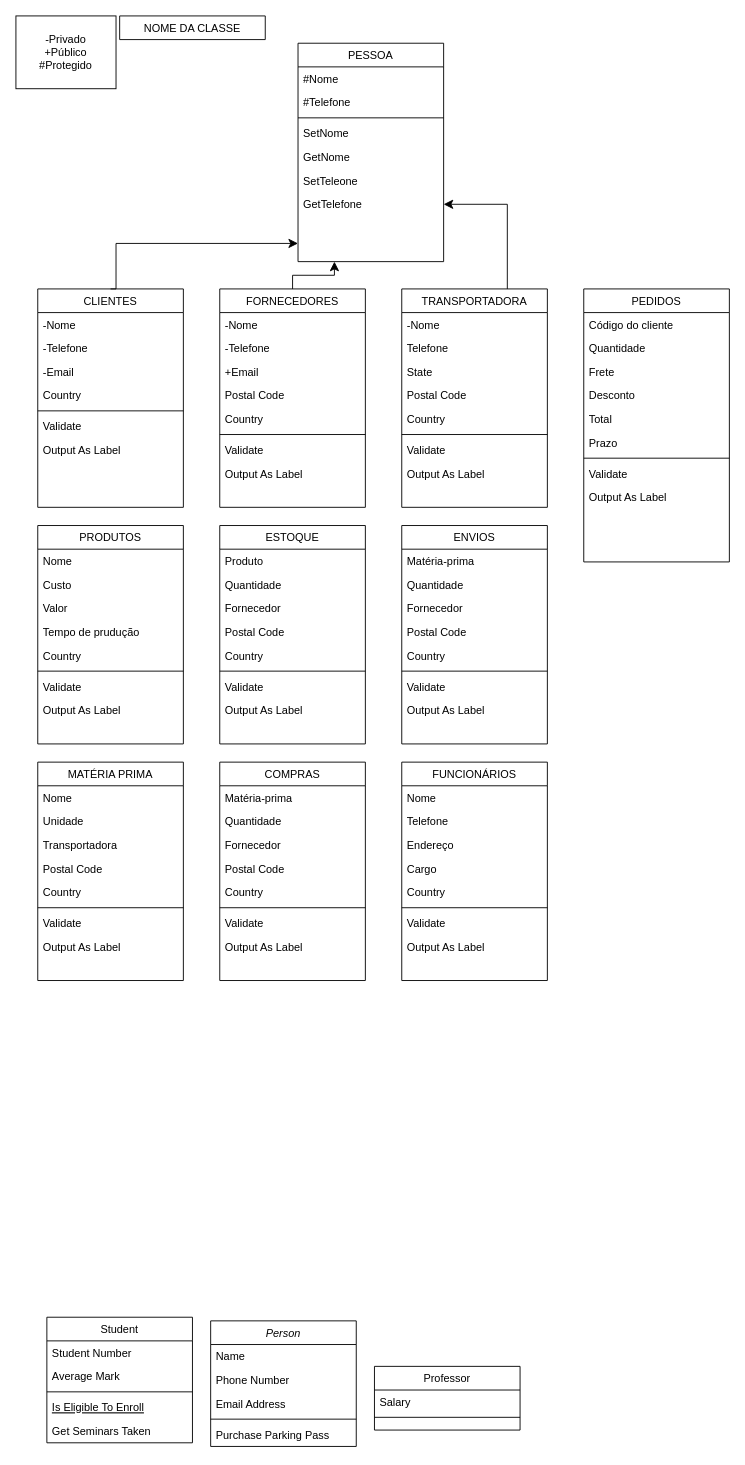
Above: doc/classe.drawio in D3ise/fluxograma (draw.io), before the change. Source tidied: cells renumbered, new cells numbered last; positions are measured from the earlier drawing's top-left corner, leaving out a move shared by most shapes. Both pictures are drawn from the tidied source at 91%, with x=0, y=0 at pixel (15, 15).
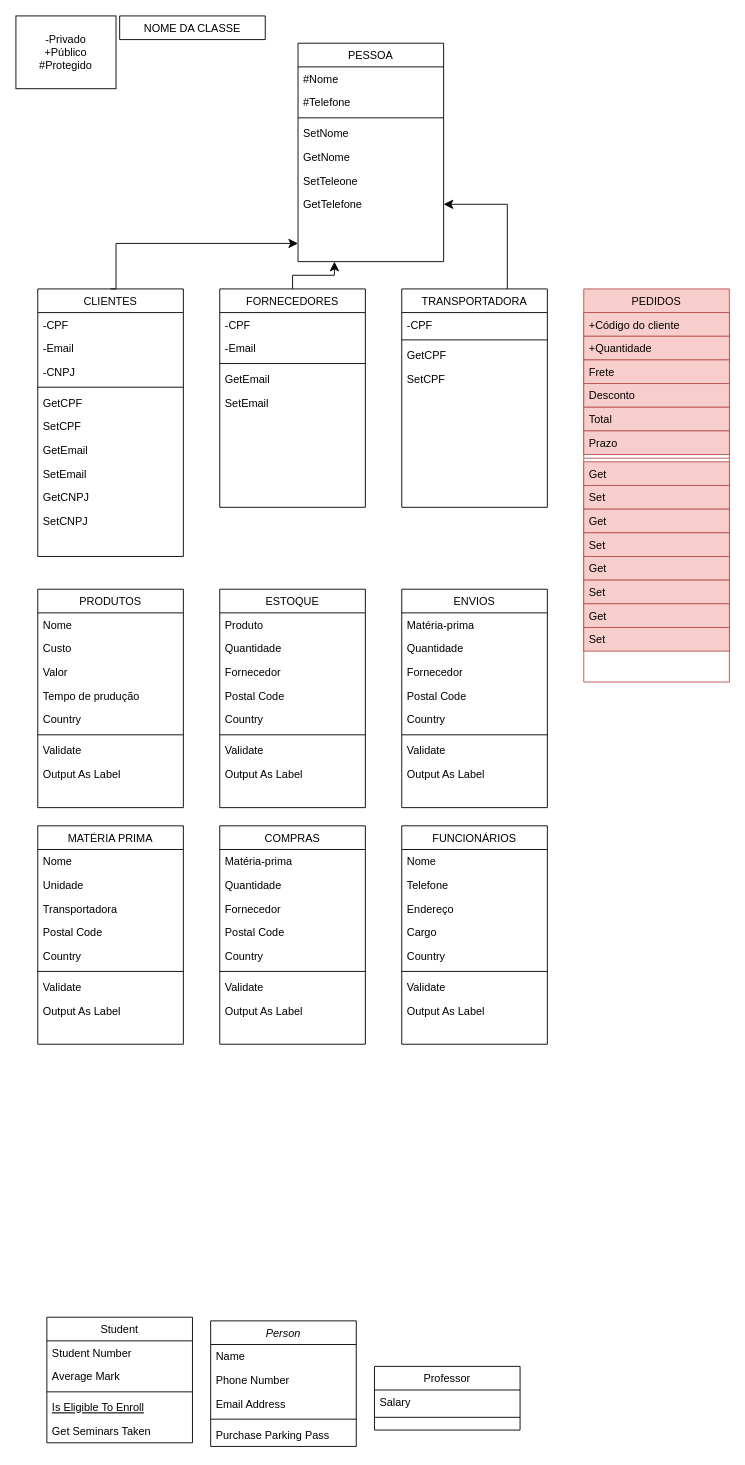
The same diagram, later.

Unchanged cells that the change refers to:
```xml
<mxCell id="25" value="FORNECEDORES" style="swimlane;fontStyle=0;align=center;verticalAlign=top;horizontal=1;startSize=26;rounded=0;shadow=0;strokeWidth=1;" parent="1" vertex="1">
  <mxGeometry x="224" y="300" width="160" height="240" as="geometry" />
</mxCell>
<mxCell id="34" value="TRANSPORTADORA" style="swimlane;fontStyle=0;align=center;verticalAlign=top;horizontal=1;startSize=26;rounded=0;shadow=0;strokeWidth=1;" parent="1" vertex="1">
  <mxGeometry x="424" y="300" width="160" height="240" as="geometry" />
</mxCell>
```

Diff of the diagram source:
```diff
@@
     <mxCell id="17" value="CLIENTES" style="swimlane;fontStyle=0;align=center;verticalAlign=top;horizontal=1;startSize=26;rounded=0;shadow=0;strokeWidth=1;" parent="1" vertex="1">
-      <mxGeometry x="24" y="300" width="160" height="240" as="geometry" />
+      <mxGeometry x="24" y="300" width="160" height="294" as="geometry" />
     </mxCell>
-    <mxCell id="18" value="-Nome" style="text;align=left;verticalAlign=top;spacingLeft=4;spacingRight=4;overflow=hidden;" parent="17" vertex="1">
+    <mxCell id="18" value="-CPF" style="text;align=left;verticalAlign=top;spacingLeft=4;spacingRight=4;overflow=hidden;" parent="17" vertex="1">
       <mxGeometry y="26" width="160" height="26" as="geometry" />
     </mxCell>
-    <mxCell id="19" value="-Telefone" style="text;align=left;verticalAlign=top;spacingLeft=4;spacingRight=4;overflow=hidden;rounded=0;shadow=0;html=0;" parent="17" vertex="1">
-      <mxGeometry y="52" width="160" height="26" as="geometry" />
-    </mxCell>
     <mxCell id="20" value="-Email" style="text;align=left;verticalAlign=top;spacingLeft=4;spacingRight=4;overflow=hidden;rounded=0;shadow=0;html=0;" parent="17" vertex="1">
-      <mxGeometry y="78" width="160" height="26" as="geometry" />
+      <mxGeometry y="52" width="160" height="26" as="geometry" />
     </mxCell>
-    <mxCell id="21" value="Country" style="text;align=left;verticalAlign=top;spacingLeft=4;spacingRight=4;overflow=hidden;rounded=0;shadow=0;html=0;" parent="17" vertex="1">
-      <mxGeometry y="104" width="160" height="26" as="geometry" />
-    </mxCell>
+    <mxCell id="120" value="-CNPJ" style="text;align=left;verticalAlign=top;spacingLeft=4;spacingRight=4;overflow=hidden;" parent="17" vertex="1">
+      <mxGeometry y="78" width="160" height="26" as="geometry" />
+    </mxCell>
     <mxCell id="22" style="line;html=1;strokeWidth=1;align=left;verticalAlign=middle;spacingTop=-1;spacingLeft=3;spacingRight=3;labelPosition=right;" parent="17" vertex="1">
-      <mxGeometry y="130" width="160" height="8" as="geometry" />
+      <mxGeometry y="104" width="160" height="8" as="geometry" />
     </mxCell>
-    <mxCell id="23" value="Validate" style="text;align=left;verticalAlign=top;spacingLeft=4;spacingRight=4;overflow=hidden;" parent="17" vertex="1">
-      <mxGeometry y="138" width="160" height="26" as="geometry" />
+    <mxCell id="23" value="GetCPF" style="text;align=left;verticalAlign=top;spacingLeft=4;spacingRight=4;overflow=hidden;" parent="17" vertex="1">
+      <mxGeometry y="112" width="160" height="26" as="geometry" />
     </mxCell>
-    <mxCell id="24" value="Output As Label" style="text;align=left;verticalAlign=top;spacingLeft=4;spacingRight=4;overflow=hidden;" parent="17" vertex="1">
-      <mxGeometry y="164" width="160" height="26" as="geometry" />
-    </mxCell>
+    <mxCell id="121" value="SetCPF" style="text;align=left;verticalAlign=top;spacingLeft=4;spacingRight=4;overflow=hidden;" parent="17" vertex="1">
+      <mxGeometry y="138" width="160" height="26" as="geometry" />
+    </mxCell>
+    <mxCell id="122" value="GetEmail" style="text;align=left;verticalAlign=top;spacingLeft=4;spacingRight=4;overflow=hidden;" parent="17" vertex="1">
+      <mxGeometry y="164" width="160" height="26" as="geometry" />
+    </mxCell>
+    <mxCell id="123" value="SetEmail" style="text;align=left;verticalAlign=top;spacingLeft=4;spacingRight=4;overflow=hidden;" parent="17" vertex="1">
+      <mxGeometry y="190" width="160" height="26" as="geometry" />
+    </mxCell>
+    <mxCell id="124" value="GetCNPJ" style="text;align=left;verticalAlign=top;spacingLeft=4;spacingRight=4;overflow=hidden;" parent="17" vertex="1">
+      <mxGeometry y="216" width="160" height="26" as="geometry" />
+    </mxCell>
+    <mxCell id="125" value="SetCNPJ" style="text;align=left;verticalAlign=top;spacingLeft=4;spacingRight=4;overflow=hidden;" parent="17" vertex="1">
+      <mxGeometry y="242" width="160" height="26" as="geometry" />
+    </mxCell>
@@
-    <mxCell id="26" value="-Nome" style="text;align=left;verticalAlign=top;spacingLeft=4;spacingRight=4;overflow=hidden;" parent="25" vertex="1">
+    <mxCell id="26" value="-CPF" style="text;align=left;verticalAlign=top;spacingLeft=4;spacingRight=4;overflow=hidden;" parent="25" vertex="1">
       <mxGeometry y="26" width="160" height="26" as="geometry" />
     </mxCell>
-    <mxCell id="27" value="-Telefone" style="text;align=left;verticalAlign=top;spacingLeft=4;spacingRight=4;overflow=hidden;rounded=0;shadow=0;html=0;" parent="25" vertex="1">
-      <mxGeometry y="52" width="160" height="26" as="geometry" />
-    </mxCell>
-    <mxCell id="28" value="+Email" style="text;align=left;verticalAlign=top;spacingLeft=4;spacingRight=4;overflow=hidden;rounded=0;shadow=0;html=0;" parent="25" vertex="1">
-      <mxGeometry y="78" width="160" height="26" as="geometry" />
+    <mxCell id="28" value="-Email" style="text;align=left;verticalAlign=top;spacingLeft=4;spacingRight=4;overflow=hidden;rounded=0;shadow=0;html=0;" parent="25" vertex="1">
+      <mxGeometry y="52" width="160" height="26" as="geometry" />
     </mxCell>
-    <mxCell id="29" value="Postal Code" style="text;align=left;verticalAlign=top;spacingLeft=4;spacingRight=4;overflow=hidden;rounded=0;shadow=0;html=0;" parent="25" vertex="1">
-      <mxGeometry y="104" width="160" height="26" as="geometry" />
-    </mxCell>
-    <mxCell id="30" value="Country" style="text;align=left;verticalAlign=top;spacingLeft=4;spacingRight=4;overflow=hidden;rounded=0;shadow=0;html=0;" parent="25" vertex="1">
-      <mxGeometry y="130" width="160" height="26" as="geometry" />
-    </mxCell>
     <mxCell id="31" style="line;html=1;strokeWidth=1;align=left;verticalAlign=middle;spacingTop=-1;spacingLeft=3;spacingRight=3;labelPosition=right;" parent="25" vertex="1">
-      <mxGeometry y="156" width="160" height="8" as="geometry" />
+      <mxGeometry y="78" width="160" height="8" as="geometry" />
     </mxCell>
-    <mxCell id="32" value="Validate" style="text;align=left;verticalAlign=top;spacingLeft=4;spacingRight=4;overflow=hidden;" parent="25" vertex="1">
-      <mxGeometry y="164" width="160" height="26" as="geometry" />
-    </mxCell>
-    <mxCell id="33" value="Output As Label" style="text;align=left;verticalAlign=top;spacingLeft=4;spacingRight=4;overflow=hidden;" parent="25" vertex="1">
-      <mxGeometry y="190" width="160" height="26" as="geometry" />
-    </mxCell>
+    <mxCell id="126" value="GetEmail" style="text;align=left;verticalAlign=top;spacingLeft=4;spacingRight=4;overflow=hidden;" parent="25" vertex="1">
+      <mxGeometry y="86" width="160" height="26" as="geometry" />
+    </mxCell>
+    <mxCell id="127" value="SetEmail" style="text;align=left;verticalAlign=top;spacingLeft=4;spacingRight=4;overflow=hidden;" parent="25" vertex="1">
+      <mxGeometry y="112" width="160" height="26" as="geometry" />
+    </mxCell>
@@
-    <mxCell id="35" value="-Nome" style="text;align=left;verticalAlign=top;spacingLeft=4;spacingRight=4;overflow=hidden;" parent="34" vertex="1">
+    <mxCell id="35" value="-CPF" style="text;align=left;verticalAlign=top;spacingLeft=4;spacingRight=4;overflow=hidden;" parent="34" vertex="1">
       <mxGeometry y="26" width="160" height="26" as="geometry" />
     </mxCell>
-    <mxCell id="36" value="Telefone" style="text;align=left;verticalAlign=top;spacingLeft=4;spacingRight=4;overflow=hidden;rounded=0;shadow=0;html=0;" parent="34" vertex="1">
-      <mxGeometry y="52" width="160" height="26" as="geometry" />
-    </mxCell>
-    <mxCell id="37" value="State" style="text;align=left;verticalAlign=top;spacingLeft=4;spacingRight=4;overflow=hidden;rounded=0;shadow=0;html=0;" parent="34" vertex="1">
-      <mxGeometry y="78" width="160" height="26" as="geometry" />
-    </mxCell>
-    <mxCell id="38" value="Postal Code" style="text;align=left;verticalAlign=top;spacingLeft=4;spacingRight=4;overflow=hidden;rounded=0;shadow=0;html=0;" parent="34" vertex="1">
-      <mxGeometry y="104" width="160" height="26" as="geometry" />
-    </mxCell>
-    <mxCell id="39" value="Country" style="text;align=left;verticalAlign=top;spacingLeft=4;spacingRight=4;overflow=hidden;rounded=0;shadow=0;html=0;" parent="34" vertex="1">
-      <mxGeometry y="130" width="160" height="26" as="geometry" />
-    </mxCell>
     <mxCell id="40" style="line;html=1;strokeWidth=1;align=left;verticalAlign=middle;spacingTop=-1;spacingLeft=3;spacingRight=3;labelPosition=right;" parent="34" vertex="1">
-      <mxGeometry y="156" width="160" height="8" as="geometry" />
+      <mxGeometry y="52" width="160" height="8" as="geometry" />
     </mxCell>
-    <mxCell id="41" value="Validate" style="text;align=left;verticalAlign=top;spacingLeft=4;spacingRight=4;overflow=hidden;" parent="34" vertex="1">
-      <mxGeometry y="164" width="160" height="26" as="geometry" />
-    </mxCell>
-    <mxCell id="42" value="Output As Label" style="text;align=left;verticalAlign=top;spacingLeft=4;spacingRight=4;overflow=hidden;" parent="34" vertex="1">
-      <mxGeometry y="190" width="160" height="26" as="geometry" />
-    </mxCell>
+    <mxCell id="128" value="GetCPF" style="text;align=left;verticalAlign=top;spacingLeft=4;spacingRight=4;overflow=hidden;" parent="34" vertex="1">
+      <mxGeometry y="60" width="160" height="26" as="geometry" />
+    </mxCell>
+    <mxCell id="129" value="SetCPF" style="text;align=left;verticalAlign=top;spacingLeft=4;spacingRight=4;overflow=hidden;" parent="34" vertex="1">
+      <mxGeometry y="86" width="160" height="26" as="geometry" />
+    </mxCell>
-    <mxCell id="43" value="PEDIDOS" style="swimlane;fontStyle=0;align=center;verticalAlign=top;horizontal=1;startSize=26;rounded=0;shadow=0;strokeWidth=1;" parent="1" vertex="1">
-      <mxGeometry x="624" y="300" width="160" height="300" as="geometry" />
+    <mxCell id="43" value="PEDIDOS" style="swimlane;fontStyle=0;align=center;verticalAlign=top;horizontal=1;startSize=26;rounded=0;shadow=0;strokeWidth=1;fillColor=#f8cecc;strokeColor=#b85450;" parent="1" vertex="1">
+      <mxGeometry x="624" y="300" width="160" height="432" as="geometry" />
     </mxCell>
-    <mxCell id="44" value="Código do cliente" style="text;align=left;verticalAlign=top;spacingLeft=4;spacingRight=4;overflow=hidden;" parent="43" vertex="1">
+    <mxCell id="44" value="+Código do cliente" style="text;align=left;verticalAlign=top;spacingLeft=4;spacingRight=4;overflow=hidden;fillColor=#f8cecc;strokeColor=#b85450;" parent="43" vertex="1">
       <mxGeometry y="26" width="160" height="26" as="geometry" />
     </mxCell>
-    <mxCell id="45" value="Quantidade" style="text;align=left;verticalAlign=top;spacingLeft=4;spacingRight=4;overflow=hidden;rounded=0;shadow=0;html=0;" parent="43" vertex="1">
+    <mxCell id="45" value="+Quantidade" style="text;align=left;verticalAlign=top;spacingLeft=4;spacingRight=4;overflow=hidden;rounded=0;shadow=0;html=0;fillColor=#f8cecc;strokeColor=#b85450;" parent="43" vertex="1">
       <mxGeometry y="52" width="160" height="26" as="geometry" />
     </mxCell>
-    <mxCell id="46" value="Frete" style="text;align=left;verticalAlign=top;spacingLeft=4;spacingRight=4;overflow=hidden;rounded=0;shadow=0;html=0;" parent="43" vertex="1">
+    <mxCell id="46" value="Frete" style="text;align=left;verticalAlign=top;spacingLeft=4;spacingRight=4;overflow=hidden;rounded=0;shadow=0;html=0;fillColor=#f8cecc;strokeColor=#b85450;" parent="43" vertex="1">
       <mxGeometry y="78" width="160" height="26" as="geometry" />
     </mxCell>
-    <mxCell id="47" value="Desconto" style="text;align=left;verticalAlign=top;spacingLeft=4;spacingRight=4;overflow=hidden;rounded=0;shadow=0;html=0;" parent="43" vertex="1">
+    <mxCell id="47" value="Desconto" style="text;align=left;verticalAlign=top;spacingLeft=4;spacingRight=4;overflow=hidden;rounded=0;shadow=0;html=0;fillColor=#f8cecc;strokeColor=#b85450;" parent="43" vertex="1">
       <mxGeometry y="104" width="160" height="26" as="geometry" />
     </mxCell>
-    <mxCell id="48" value="Total" style="text;align=left;verticalAlign=top;spacingLeft=4;spacingRight=4;overflow=hidden;rounded=0;shadow=0;html=0;" parent="43" vertex="1">
+    <mxCell id="48" value="Total" style="text;align=left;verticalAlign=top;spacingLeft=4;spacingRight=4;overflow=hidden;rounded=0;shadow=0;html=0;fillColor=#f8cecc;strokeColor=#b85450;" parent="43" vertex="1">
       <mxGeometry y="130" width="160" height="26" as="geometry" />
     </mxCell>
-    <mxCell id="49" value="Prazo" style="text;align=left;verticalAlign=top;spacingLeft=4;spacingRight=4;overflow=hidden;rounded=0;shadow=0;html=0;" parent="43" vertex="1">
+    <mxCell id="49" value="Prazo" style="text;align=left;verticalAlign=top;spacingLeft=4;spacingRight=4;overflow=hidden;rounded=0;shadow=0;html=0;fillColor=#f8cecc;strokeColor=#b85450;" parent="43" vertex="1">
       <mxGeometry y="156" width="160" height="26" as="geometry" />
     </mxCell>
-    <mxCell id="50" style="line;html=1;strokeWidth=1;align=left;verticalAlign=middle;spacingTop=-1;spacingLeft=3;spacingRight=3;labelPosition=right;" parent="43" vertex="1">
-      <mxGeometry y="182" width="160" height="8" as="geometry" />
-    </mxCell>
-    <mxCell id="51" value="Validate" style="text;align=left;verticalAlign=top;spacingLeft=4;spacingRight=4;overflow=hidden;" parent="43" vertex="1">
-      <mxGeometry y="190" width="160" height="26" as="geometry" />
-    </mxCell>
-    <mxCell id="52" value="Output As Label" style="text;align=left;verticalAlign=top;spacingLeft=4;spacingRight=4;overflow=hidden;" parent="43" vertex="1">
-      <mxGeometry y="216" width="160" height="26" as="geometry" />
-    </mxCell>
+    <mxCell id="130" style="line;html=1;strokeWidth=1;align=left;verticalAlign=middle;spacingTop=-1;spacingLeft=3;spacingRight=3;labelPosition=right;fillColor=#f8cecc;strokeColor=#b85450;" parent="43" vertex="1">
+      <mxGeometry y="182" width="160" height="8" as="geometry" />
+    </mxCell>
+    <mxCell id="131" value="Get" style="text;align=left;verticalAlign=top;spacingLeft=4;spacingRight=4;overflow=hidden;fillColor=#f8cecc;strokeColor=#b85450;" parent="43" vertex="1">
+      <mxGeometry y="190" width="160" height="26" as="geometry" />
+    </mxCell>
+    <mxCell id="132" value="Set" style="text;align=left;verticalAlign=top;spacingLeft=4;spacingRight=4;overflow=hidden;fillColor=#f8cecc;strokeColor=#b85450;" parent="43" vertex="1">
+      <mxGeometry y="216" width="160" height="26" as="geometry" />
+    </mxCell>
+    <mxCell id="133" value="Get" style="text;align=left;verticalAlign=top;spacingLeft=4;spacingRight=4;overflow=hidden;fillColor=#f8cecc;strokeColor=#b85450;" parent="43" vertex="1">
+      <mxGeometry y="242" width="160" height="26" as="geometry" />
+    </mxCell>
+    <mxCell id="134" value="Set" style="text;align=left;verticalAlign=top;spacingLeft=4;spacingRight=4;overflow=hidden;fillColor=#f8cecc;strokeColor=#b85450;" parent="43" vertex="1">
+      <mxGeometry y="268" width="160" height="26" as="geometry" />
+    </mxCell>
+    <mxCell id="135" value="Get" style="text;align=left;verticalAlign=top;spacingLeft=4;spacingRight=4;overflow=hidden;fillColor=#f8cecc;strokeColor=#b85450;" parent="43" vertex="1">
+      <mxGeometry y="294" width="160" height="26" as="geometry" />
+    </mxCell>
+    <mxCell id="136" value="Set" style="text;align=left;verticalAlign=top;spacingLeft=4;spacingRight=4;overflow=hidden;fillColor=#f8cecc;strokeColor=#b85450;" parent="43" vertex="1">
+      <mxGeometry y="320" width="160" height="26" as="geometry" />
+    </mxCell>
+    <mxCell id="137" value="Get" style="text;align=left;verticalAlign=top;spacingLeft=4;spacingRight=4;overflow=hidden;fillColor=#f8cecc;strokeColor=#b85450;" parent="43" vertex="1">
+      <mxGeometry y="346" width="160" height="26" as="geometry" />
+    </mxCell>
+    <mxCell id="138" value="Set" style="text;align=left;verticalAlign=top;spacingLeft=4;spacingRight=4;overflow=hidden;fillColor=#f8cecc;strokeColor=#b85450;" parent="43" vertex="1">
+      <mxGeometry y="372" width="160" height="26" as="geometry" />
+    </mxCell>
     <mxCell id="53" value="PRODUTOS" style="swimlane;fontStyle=0;align=center;verticalAlign=top;horizontal=1;startSize=26;rounded=0;shadow=0;strokeWidth=1;" parent="1" vertex="1">
-      <mxGeometry x="24" y="560" width="160" height="240" as="geometry" />
+      <mxGeometry x="24" y="630" width="160" height="240" as="geometry" />
     </mxCell>
@@
     <mxCell id="63" value="ESTOQUE" style="swimlane;fontStyle=0;align=center;verticalAlign=top;horizontal=1;startSize=26;rounded=0;shadow=0;strokeWidth=1;" parent="1" vertex="1">
-      <mxGeometry x="224" y="560" width="160" height="240" as="geometry" />
+      <mxGeometry x="224" y="630" width="160" height="240" as="geometry" />
     </mxCell>
@@
     <mxCell id="72" value="ENVIOS" style="swimlane;fontStyle=0;align=center;verticalAlign=top;horizontal=1;startSize=26;rounded=0;shadow=0;strokeWidth=1;" parent="1" vertex="1">
-      <mxGeometry x="424" y="560" width="160" height="240" as="geometry" />
+      <mxGeometry x="424" y="630" width="160" height="240" as="geometry" />
     </mxCell>
@@
     <mxCell id="81" value="COMPRAS" style="swimlane;fontStyle=0;align=center;verticalAlign=top;horizontal=1;startSize=26;rounded=0;shadow=0;strokeWidth=1;" parent="1" vertex="1">
-      <mxGeometry x="224" y="820" width="160" height="240" as="geometry" />
+      <mxGeometry x="224" y="890" width="160" height="240" as="geometry" />
     </mxCell>
@@
     <mxCell id="90" value="MATÉRIA PRIMA" style="swimlane;fontStyle=0;align=center;verticalAlign=top;horizontal=1;startSize=26;rounded=0;shadow=0;strokeWidth=1;" parent="1" vertex="1">
-      <mxGeometry x="24" y="820" width="160" height="240" as="geometry" />
+      <mxGeometry x="24" y="890" width="160" height="240" as="geometry" />
     </mxCell>
@@
     <mxCell id="111" value="FUNCIONÁRIOS" style="swimlane;fontStyle=0;align=center;verticalAlign=top;horizontal=1;startSize=26;rounded=0;shadow=0;strokeWidth=1;" parent="1" vertex="1">
-      <mxGeometry x="424" y="820" width="160" height="240" as="geometry" />
+      <mxGeometry x="424" y="890" width="160" height="240" as="geometry" />
     </mxCell>
```
